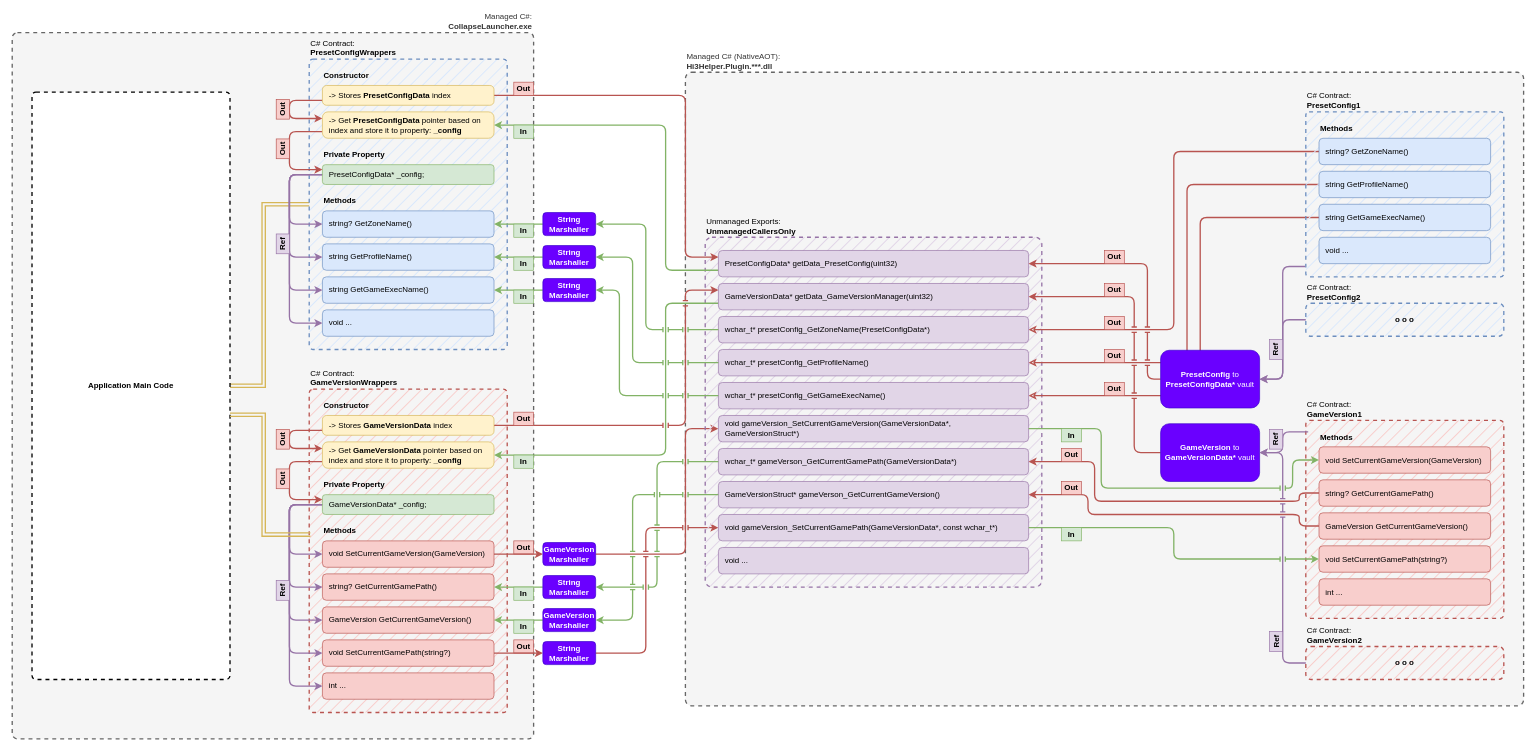
Earlier version of the draw.io diagram page "PInvokeApproach" (1 of 3) of images/blog-post/20250719_the-journey-of-implementing-plugin-system-on-collapse-launcher/CollapsePluginJourney.drawio (neon-nyan/CollapseLauncher-Page). Source tidied: cells renumbered, new cells numbered last; positions are measured from the earlier drawing's top-left corner, leaving out a move shared by most shapes. Both pictures are drawn from the tidied source at 66%, with x=0, y=0 at pixel (12, 32).
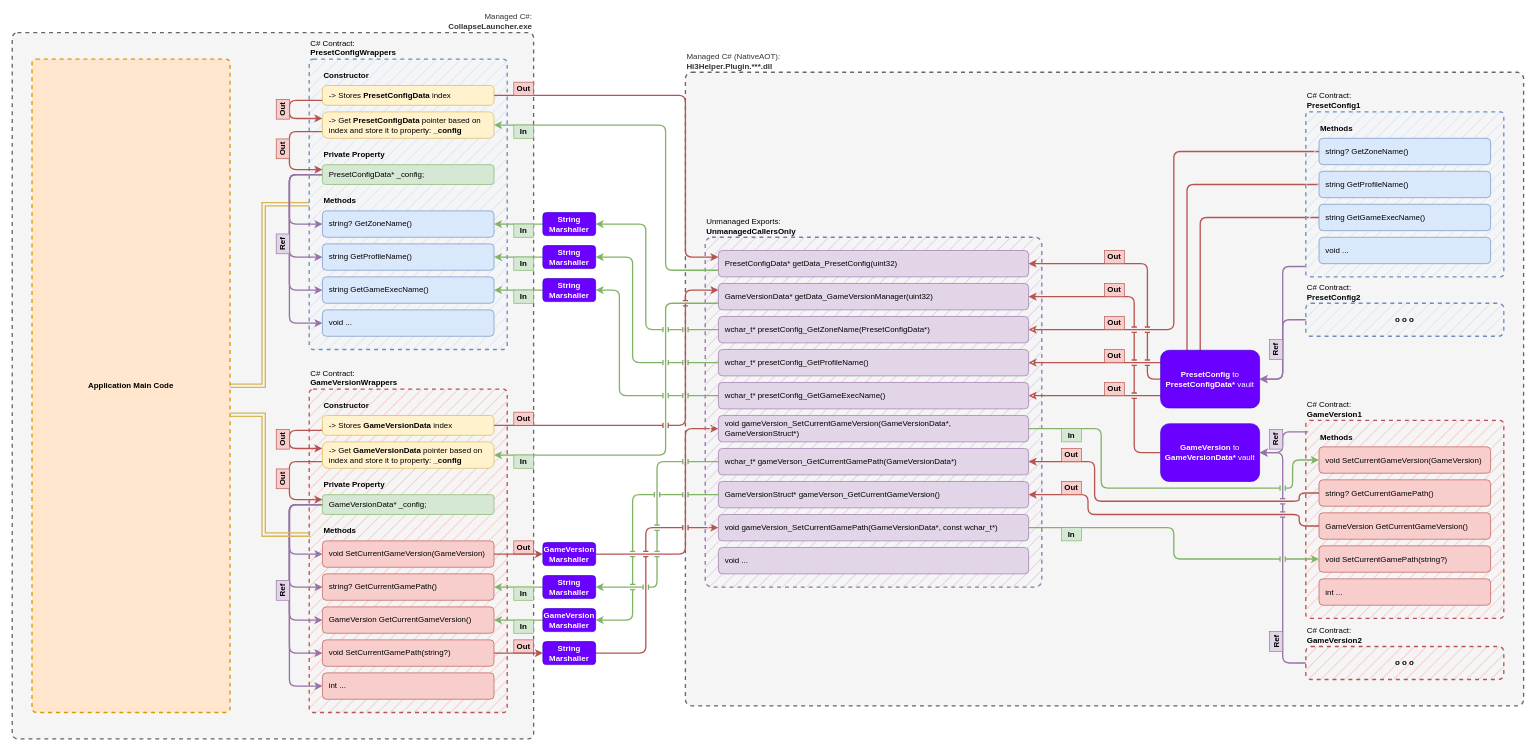
The same diagram, later.

The change refers to these unchanged cells:
```xml
<mxCell id="2" style="group;" parent="1" vertex="1">
  <mxGeometry width="2290" height="1070" as="geometry" />
</mxCell>
<mxCell id="7" value="&lt;span style=&quot;font-weight: normal;&quot;&gt;C# Contract:&lt;/span&gt;&lt;br&gt;PresetConfigWrappers" style="rounded=1;whiteSpace=wrap;html=1;fillColor=#dae8fc;strokeColor=#6c8ebf;arcSize=2;dashed=1;fillStyle=hatch;strokeWidth=2;glass=0;align=left;verticalAlign=bottom;labelPosition=center;verticalLabelPosition=top;fontStyle=1;fontFamily=Segoe UI Variable Text;" parent="2" vertex="1">
  <mxGeometry x="450" y="40" width="300" height="440" as="geometry" />
</mxCell>
<mxCell id="12" value="&lt;span style=&quot;font-weight: normal;&quot;&gt;C# Contract:&lt;/span&gt;&lt;br&gt;GameVersionWrappers" style="rounded=1;whiteSpace=wrap;html=1;fillColor=#f8cecc;strokeColor=#b85450;arcSize=2;dashed=1;fillStyle=hatch;strokeWidth=2;glass=0;align=left;verticalAlign=bottom;labelPosition=center;verticalLabelPosition=top;fontStyle=1;fontFamily=Segoe UI Variable Text;" parent="2" vertex="1">
  <mxGeometry x="450" y="540" width="300" height="490" as="geometry" />
</mxCell>
```

Diff of the diagram source:
```diff
@@
-    <mxCell id="5" style="edgeStyle=orthogonalEdgeStyle;rounded=0;jettySize=auto;html=1;entryX=0;entryY=0.5;entryDx=0;entryDy=0;startArrow=classic;startFill=1;shape=link;flowAnimation=1;fillColor=#fff2cc;strokeColor=#d6b656;strokeWidth=2;" parent="2" edge="1" source="6" target="7">
+    <mxCell id="5" style="edgeStyle=orthogonalEdgeStyle;rounded=0;jettySize=auto;html=1;entryX=0;entryY=0.5;entryDx=0;entryDy=0;startArrow=classic;startFill=1;shape=link;flowAnimation=0;fillColor=#fff2cc;strokeColor=#d6b656;strokeWidth=2;" parent="2" edge="1" source="6" target="7">
       <mxGeometry relative="1" as="geometry">
         <Array as="points">
           <mxPoint x="381" y="535" />
           <mxPoint x="381" y="260" />
         </Array>
       </mxGeometry>
     </mxCell>
-    <mxCell id="6" value="Application Main Code" style="rounded=1;whiteSpace=wrap;html=1;arcSize=2;dashed=1;fillStyle=auto;strokeWidth=2;glass=0;align=center;verticalAlign=middle;labelPosition=center;verticalLabelPosition=middle;fontStyle=1;fontFamily=Segoe UI Variable Text;" parent="2" vertex="1">
-      <mxGeometry x="30" y="90" width="300" height="890" as="geometry" />
+    <mxCell id="6" value="Application Main Code" style="rounded=1;whiteSpace=wrap;html=1;arcSize=2;dashed=1;fillStyle=auto;strokeWidth=2;glass=0;align=center;verticalAlign=middle;labelPosition=center;verticalLabelPosition=middle;fontStyle=1;fontFamily=Segoe UI Variable Text;fillColor=#ffe6cc;strokeColor=#d79b00;" parent="2" vertex="1">
+      <mxGeometry x="30" y="40" width="300" height="990" as="geometry" />
     </mxCell>
@@
-    <mxCell id="99" style="edgeStyle=orthogonalEdgeStyle;rounded=0;jettySize=auto;html=1;entryX=0.006;entryY=0.45;entryDx=0;entryDy=0;entryPerimeter=0;startArrow=classic;startFill=1;shape=link;flowAnimation=1;fillColor=#fff2cc;strokeColor=#d6b656;strokeWidth=2;" parent="2" edge="1" source="6" target="12">
+    <mxCell id="99" style="edgeStyle=orthogonalEdgeStyle;rounded=0;jettySize=auto;html=1;entryX=0.006;entryY=0.45;entryDx=0;entryDy=0;entryPerimeter=0;startArrow=classic;startFill=1;shape=link;flowAnimation=0;fillColor=#fff2cc;strokeColor=#d6b656;strokeWidth=2;" parent="2" edge="1" source="6" target="12">
       <mxGeometry relative="1" as="geometry">
         <Array as="points">
           <mxPoint x="381" y="579" />
           <mxPoint x="381" y="761" />
         </Array>
       </mxGeometry>
     </mxCell>
```
